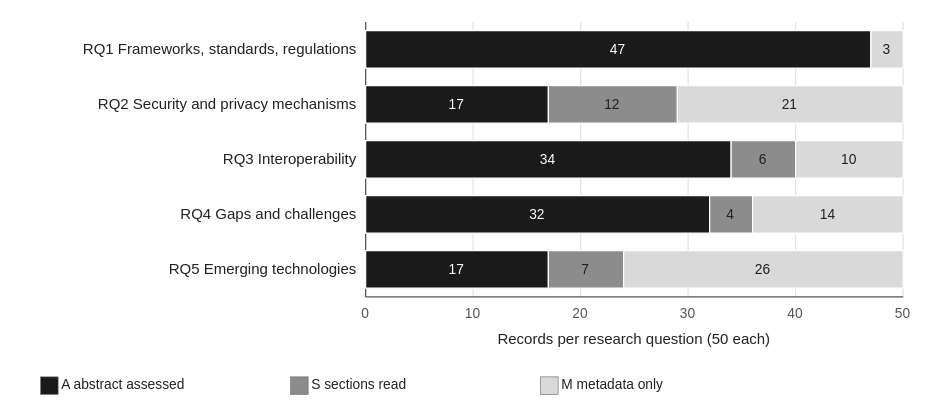
Before: figures/fig_bib_2_evidence_by_rq.drawio in egagraha/slr-dataspace, a draw.io diagram. Source tidied: cells renumbered, new cells numbered last; positions are measured from the earlier drawing's top-left corner, leaving out a move shared by most shapes. Both pictures are drawn from the tidied source at 125%, with x=0, y=0 at pixel (21, 21).
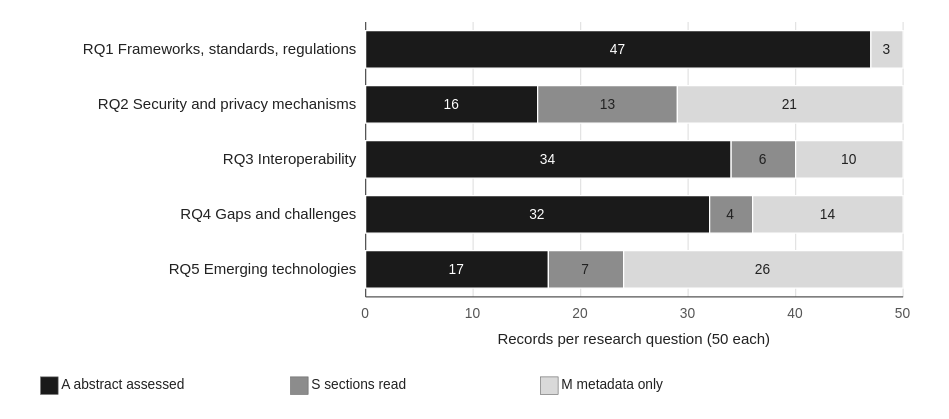
The same page after the edit.

The edit, as a diff of the source:
```diff
@@
-    <mxCell id="20" value="17" style="rounded=0;whiteSpace=wrap;html=1;fillColor=#1A1A1A;strokeColor=#ffffff;strokeWidth=1;fontFamily=Helvetica;fontSize=11;fontColor=#ffffff;fontStyle=0;align=center;verticalAlign=middle;dashed=0;" parent="1" vertex="1">
-      <mxGeometry x="275" y="51" width="146.2" height="30" as="geometry" />
+    <mxCell id="20" value="16" style="rounded=0;whiteSpace=wrap;html=1;fillColor=#1A1A1A;strokeColor=#ffffff;strokeWidth=1;fontFamily=Helvetica;fontSize=11;fontColor=#ffffff;fontStyle=0;align=center;verticalAlign=middle;dashed=0;" parent="1" vertex="1">
+      <mxGeometry x="275" y="51" width="137.6" height="30" as="geometry" />
     </mxCell>
-    <mxCell id="21" value="12" style="rounded=0;whiteSpace=wrap;html=1;fillColor=#8C8C8C;strokeColor=#ffffff;strokeWidth=1;fontFamily=Helvetica;fontSize=11;fontColor=#222222;fontStyle=0;align=center;verticalAlign=middle;dashed=0;" parent="1" vertex="1">
-      <mxGeometry x="421.2" y="51" width="103.2" height="30" as="geometry" />
+    <mxCell id="21" value="13" style="rounded=0;whiteSpace=wrap;html=1;fillColor=#8C8C8C;strokeColor=#ffffff;strokeWidth=1;fontFamily=Helvetica;fontSize=11;fontColor=#222222;fontStyle=0;align=center;verticalAlign=middle;dashed=0;" parent="1" vertex="1">
+      <mxGeometry x="412.6" y="51" width="111.8" height="30" as="geometry" />
     </mxCell>
```
